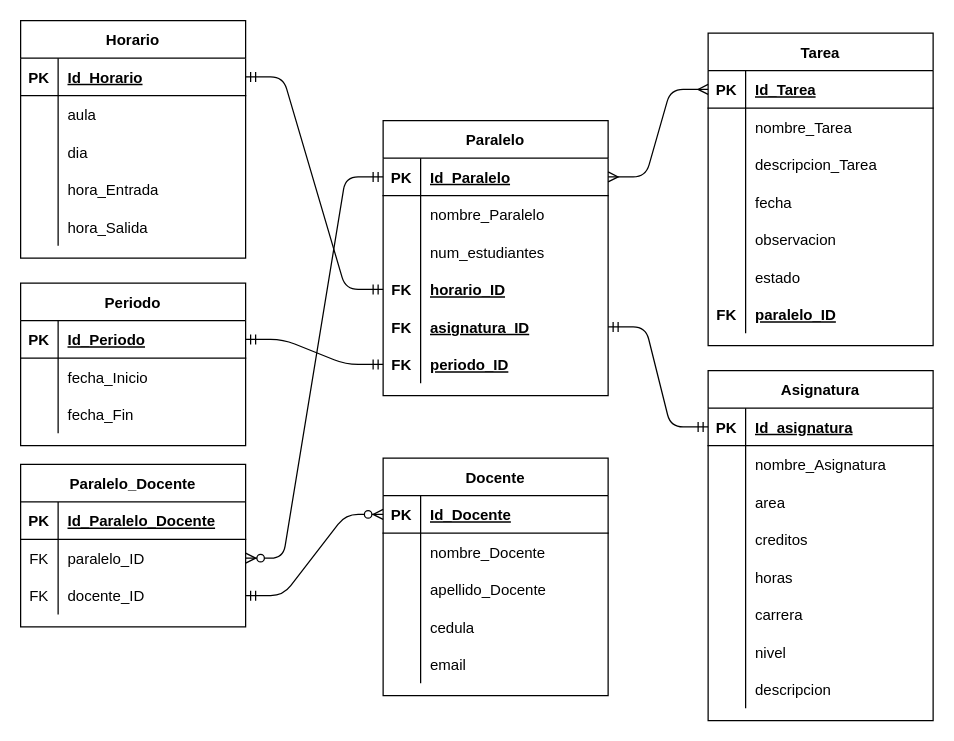
Earlier version of the draw.io diagram page "Modelo Datos" (9 of 9) of Untitled Diagram.drawio (XimenaB01/AgendaDocente). Source tidied: cells renumbered, new cells numbered last; positions are measured from the earlier drawing's top-left corner, leaving out a move shared by most shapes. Both pictures are drawn from the tidied source at 125%, with x=0, y=0 at pixel (20, 20).
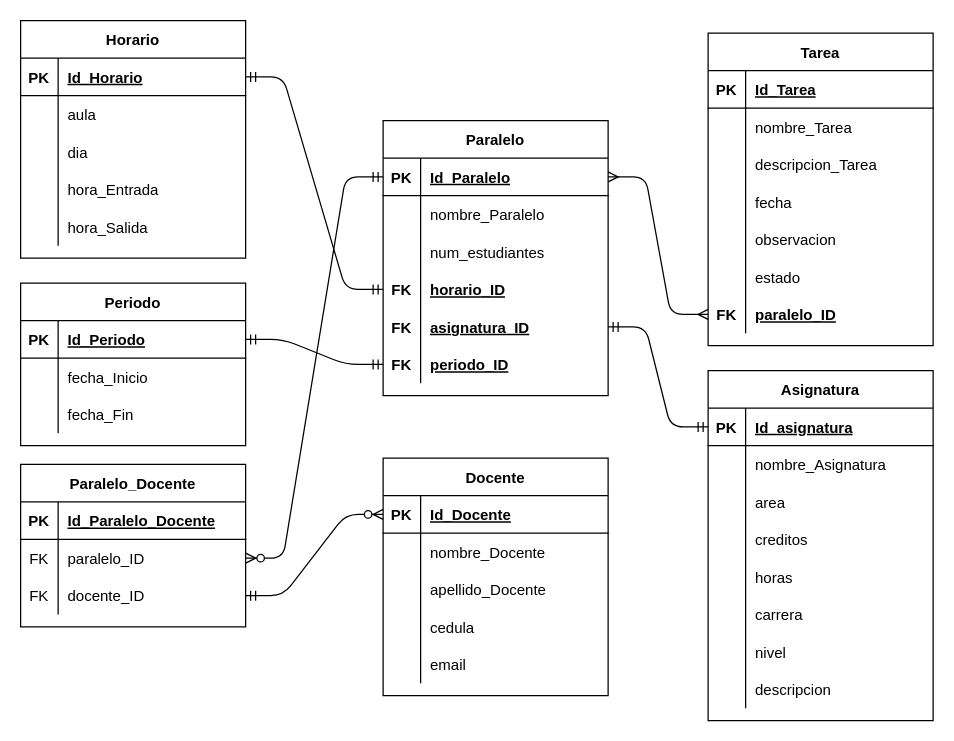
The same diagram, later.

Unchanged cells that the change refers to:
```xml
<mxCell id="16" style="shape=partialRectangle;fillColor=none;top=0;left=0;bottom=1;right=0;points=[[0,0.5],[1,0.5]];portConstraint=eastwest;" parent="15" vertex="1">
  <mxGeometry y="30" width="180" height="30" as="geometry" />
</mxCell>
<mxCell id="35" style="shape=partialRectangle;fillColor=none;top=0;left=0;bottom=1;right=0;points=[[0,0.5],[1,0.5]];portConstraint=eastwest;" parent="34" vertex="1">
  <mxGeometry y="30" width="180" height="30" as="geometry" />
</mxCell>
<mxCell id="53" style="shape=partialRectangle;fillColor=none;top=0;left=0;bottom=0;right=0;points=[[0,0.5],[1,0.5]];portConstraint=eastwest;" parent="34" vertex="1">
  <mxGeometry y="210" width="180" height="30" as="geometry" />
</mxCell>
```

Diff of the diagram source:
```diff
@@
-    <mxCell id="128" style="edgeStyle=entityRelationEdgeStyle;fontSize=12;html=1;endArrow=ERmany;startArrow=ERmany;entryX=0;entryY=0.5;entryDx=0;entryDy=0;exitX=1;exitY=0.5;exitDx=0;exitDy=0;" parent="1" edge="1" source="16" target="35">
+    <mxCell id="128" style="edgeStyle=entityRelationEdgeStyle;fontSize=12;html=1;endArrow=ERmany;startArrow=ERmany;entryX=0;entryY=0.5;entryDx=0;entryDy=0;exitX=1;exitY=0.5;exitDx=0;exitDy=0;" parent="1" edge="1" source="16" target="53">
       <mxGeometry relative="1" as="geometry" />
     </mxCell>
```
